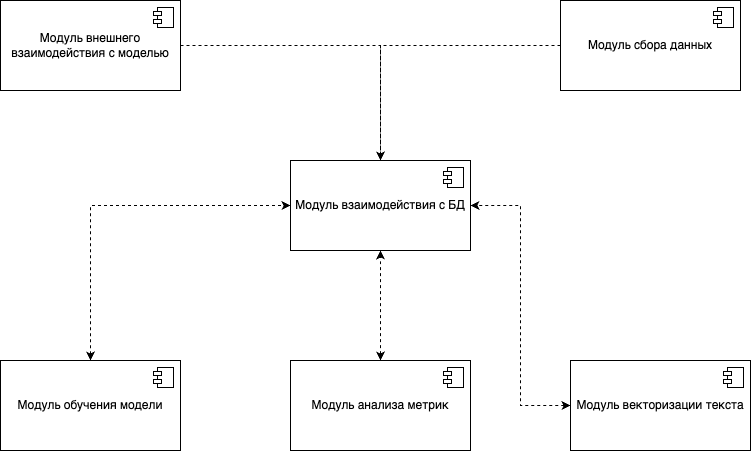
The draw.io diagram docs/project/comment-emotionality-classification/img/components.png in MANASLU8/ahri-source, before a commit. Source tidied: cells renumbered, new cells last; positions are measured from the earlier drawing's top-left corner, leaving out a move shared by most shapes.
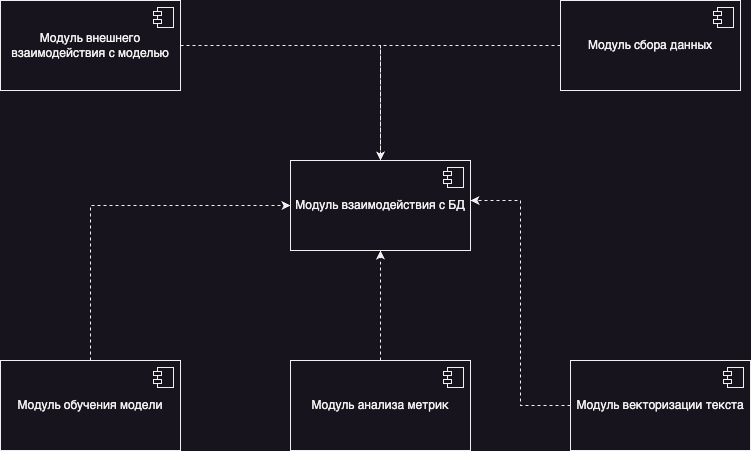
The same diagram one commit later.

Commit message:
lab2: fix review

What changed in the source:
```diff
@@ -21,7 +21,7 @@
         <mxPoint x="-27" y="7" as="offset" />
       </mxGeometry>
     </mxCell>
-    <mxCell id="7" style="edgeStyle=orthogonalEdgeStyle;rounded=0;jettySize=auto;html=1;exitX=0.5;exitY=0;exitDx=0;exitDy=0;dashed=1;startArrow=classic;startFill=1;" parent="1" edge="1" source="8" target="5">
+    <mxCell id="7" style="edgeStyle=orthogonalEdgeStyle;rounded=0;jettySize=auto;html=1;exitX=0.5;exitY=0;exitDx=0;exitDy=0;dashed=1;startArrow=none;startFill=0;" parent="1" edge="1" source="8" target="5">
       <mxGeometry relative="1" as="geometry" />
     </mxCell>
     <mxCell id="8" value="Модуль анализа метрик" style="html=1;whiteSpace=wrap;" parent="1" vertex="1">
@@ -32,7 +32,7 @@
         <mxPoint x="-27" y="7" as="offset" />
       </mxGeometry>
     </mxCell>
-    <mxCell id="10" style="edgeStyle=orthogonalEdgeStyle;rounded=0;jettySize=auto;html=1;entryX=0;entryY=0.5;entryDx=0;entryDy=0;exitX=0.5;exitY=0;exitDx=0;exitDy=0;dashed=1;startArrow=classic;startFill=1;" parent="1" edge="1" source="11" target="5">
+    <mxCell id="10" style="edgeStyle=orthogonalEdgeStyle;rounded=0;jettySize=auto;html=1;entryX=0;entryY=0.5;entryDx=0;entryDy=0;exitX=0.5;exitY=0;exitDx=0;exitDy=0;dashed=1;startArrow=none;startFill=0;" parent="1" edge="1" source="11" target="5">
       <mxGeometry relative="1" as="geometry" />
     </mxCell>
     <mxCell id="11" value="Модуль обучения модели" style="html=1;whiteSpace=wrap;" parent="1" vertex="1">
@@ -43,7 +43,7 @@
         <mxPoint x="-27" y="7" as="offset" />
       </mxGeometry>
     </mxCell>
-    <mxCell id="13" style="edgeStyle=orthogonalEdgeStyle;rounded=0;jettySize=auto;html=1;entryX=1;entryY=0.5;entryDx=0;entryDy=0;dashed=1;startArrow=classic;startFill=1;" parent="1" edge="1" source="14" target="5">
+    <mxCell id="13" style="edgeStyle=orthogonalEdgeStyle;rounded=0;jettySize=auto;html=1;entryX=1;entryY=0.444;entryDx=0;entryDy=0;dashed=1;startArrow=none;startFill=0;entryPerimeter=0;" parent="1" edge="1" source="14" target="5">
       <mxGeometry relative="1" as="geometry" />
     </mxCell>
     <mxCell id="14" value="Модуль векторизации текста" style="html=1;whiteSpace=wrap;" parent="1" vertex="1">
```
